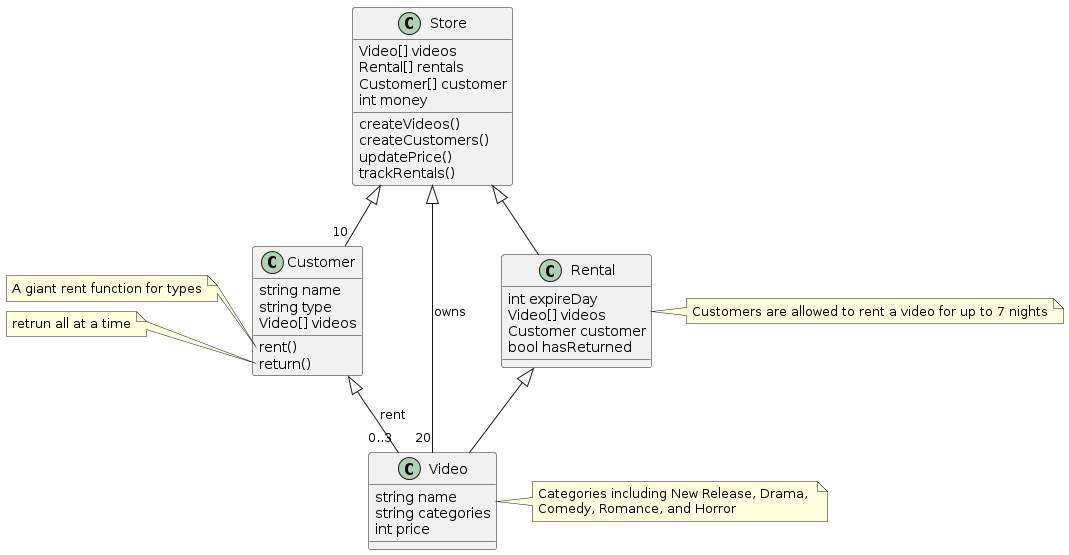
Earlier version of the PlantUML export hw3/classDiagram.png (wannaflyhigh/Object-Oriented-Programming). Source of this version:
```plantuml
@startuml
class Store{
	Video[] videos
	Rental[] rentals
	Customer[] customer
	int money
	createVideos()
	createCustomers()
	updatePrice()
	trackRentals()
}

class Customer{
	string name
	string type
	Video[] videos
	rent()
	return()
}

note left of Customer::rent
A giant rent function for types
end note

note left of Customer::return
retrun all at a time
end note

Customer <|-- "0..3" Video : rent
Store <|-- "10" Customer


class Video{
	string name
	string categories
	int price
}

Store <|-- "20" Video : owns

note Right of Video : Categories including New Release, Drama, \nComedy, Romance, and Horror

class Rental{
	int expireDay
	Video[] videos
	Customer customer
	bool hasReturned
}

note Right of Rental : Customers are allowed to rent a video for up to 7 nights

Store <|-- Rental
Rental <|-- Video
@enduml
```
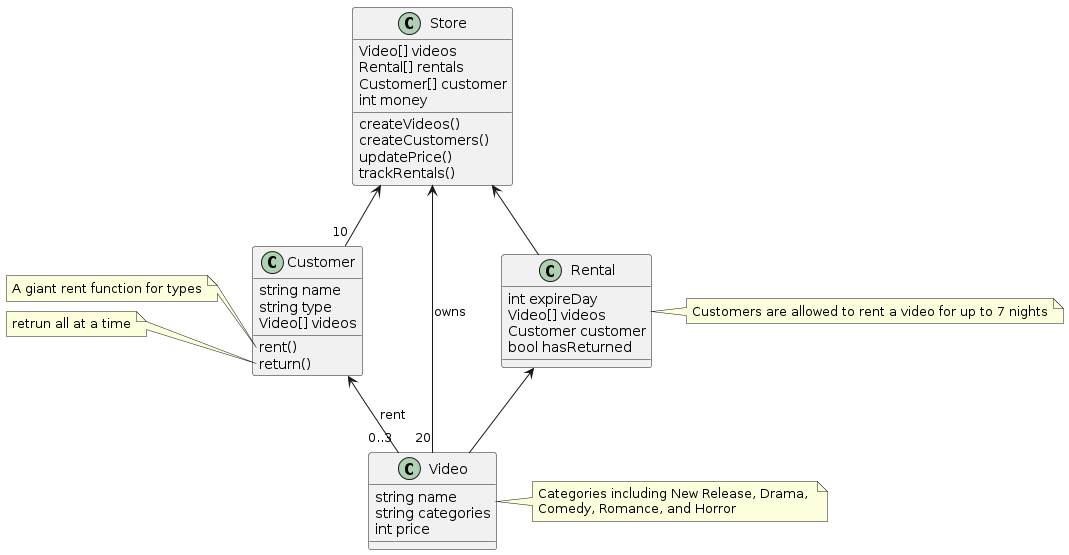
The same diagram one commit later.

What changed in the source:
```diff
@@ -26,8 +26,8 @@
 retrun all at a time
 end note
 
-Customer <|-- "0..3" Video : rent
-Store <|-- "10" Customer
+Customer <-- "0..3" Video : rent
+Store <-- "10" Customer
 
 
 class Video{
@@ -36,7 +36,7 @@
 	int price
 }
 
-Store <|-- "20" Video : owns
+Store <-- "20" Video : owns
 
 note Right of Video : Categories including New Release, Drama, \nComedy, Romance, and Horror
 
@@ -49,6 +49,6 @@
 
 note Right of Rental : Customers are allowed to rent a video for up to 7 nights
 
-Store <|-- Rental
-Rental <|-- Video
+Store <-- Rental
+Rental <-- Video
 @enduml
```
